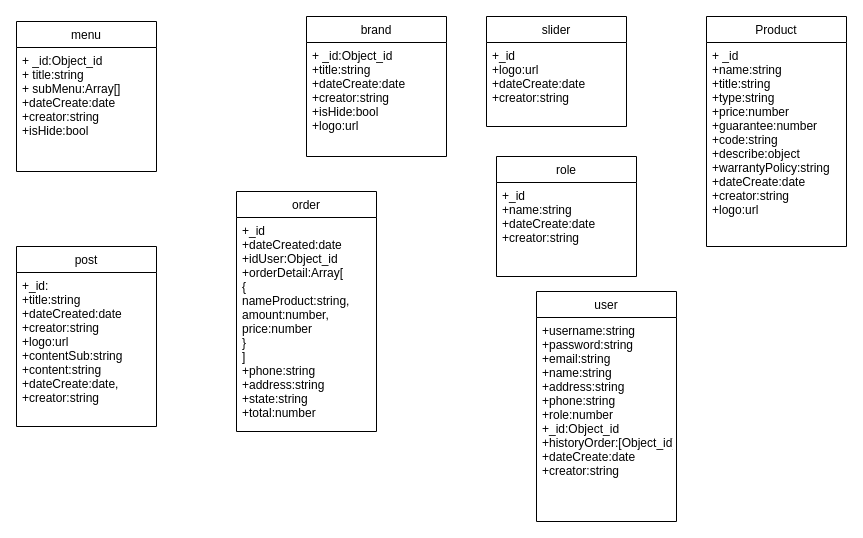
The draw.io diagram dongho.drawio in kanaza919/ChuDeNC_BackEnd, before the edit. Source tidied: cells renumbered, new cells numbered last; positions are measured from the earlier drawing's top-left corner, leaving out a move shared by most shapes. Both pictures are drawn from the tidied source at 100%, with x=0, y=0 at pixel (16, 16).
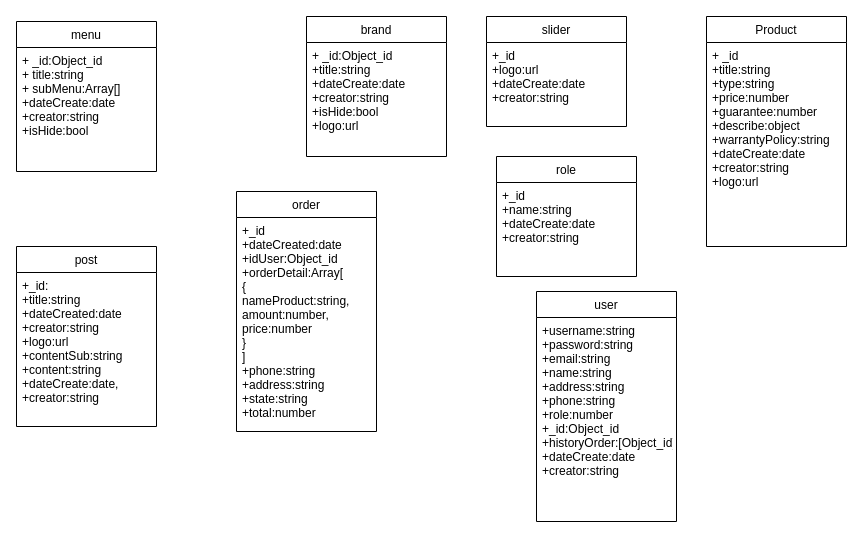
The same diagram, later.

The edit, as a diff of the source:
```diff
@@
 <mxGraphModel background="#ffffff">
   <root>
     <mxCell id="0" />
     <mxCell id="1" parent="0" />
     <mxCell id="2" value="menu" style="swimlane;fontStyle=0;horizontal=1;startSize=26;fillColor=none;" parent="1" vertex="1">
       <mxGeometry y="5" width="140" height="150" as="geometry" />
     </mxCell>
     <mxCell id="3" value="+ _id:Object_id&#10;+ title:string&#10;+ subMenu:Array[]&#10;+dateCreate:date&#10;+creator:string&#10;+isHide:bool" style="text;strokeColor=none;fillColor=none;align=left;verticalAlign=top;spacingLeft=4;spacingRight=4;overflow=hidden;" parent="2" vertex="1">
       <mxGeometry y="26" width="140" height="124" as="geometry" />
     </mxCell>
     <mxCell id="4" value="brand" style="swimlane;fontStyle=0;horizontal=1;startSize=26;fillColor=none;" parent="1" vertex="1">
       <mxGeometry x="290" width="140" height="140" as="geometry" />
     </mxCell>
     <mxCell id="5" value="+ _id:Object_id&#10;+title:string&#10;+dateCreate:date&#10;+creator:string&#10;+isHide:bool&#10;+logo:url" style="text;strokeColor=none;fillColor=none;align=left;verticalAlign=top;spacingLeft=4;spacingRight=4;overflow=hidden;" parent="4" vertex="1">
       <mxGeometry y="26" width="140" height="114" as="geometry" />
     </mxCell>
     <mxCell id="6" value="user" style="swimlane;fontStyle=0;horizontal=1;startSize=26;fillColor=none;" parent="1" vertex="1">
       <mxGeometry x="520" y="275" width="140" height="230" as="geometry" />
     </mxCell>
     <mxCell id="7" value="+username:string&#10;+password:string&#10;+email:string&#10;+name:string&#10;+address:string&#10;+phone:string&#10;+role:number&#10;+_id:Object_id&#10;+historyOrder:[Object_id]&#10;+dateCreate:date&#10;+creator:string" style="text;strokeColor=none;fillColor=none;align=left;verticalAlign=top;spacingLeft=4;spacingRight=4;overflow=hidden;" parent="6" vertex="1">
       <mxGeometry y="26" width="140" height="204" as="geometry" />
     </mxCell>
     <mxCell id="8" value="order" style="swimlane;fontStyle=0;horizontal=1;startSize=26;fillColor=none;" parent="1" vertex="1">
       <mxGeometry x="220" y="175" width="140" height="240" as="geometry" />
     </mxCell>
     <mxCell id="9" value="+_id&#10;+dateCreated:date&#10;+idUser:Object_id&#10;+orderDetail:Array[&#10;{&#10;nameProduct:string,&#10;amount:number,&#10;price:number&#10;}&#10;]&#10;+phone:string&#10;+address:string&#10;+state:string&#10;+total:number" style="text;strokeColor=none;fillColor=none;align=left;verticalAlign=top;spacingLeft=4;spacingRight=4;overflow=hidden;" parent="8" vertex="1">
       <mxGeometry y="26" width="140" height="214" as="geometry" />
     </mxCell>
     <mxCell id="10" value="Product" style="swimlane;fontStyle=0;horizontal=1;startSize=26;fillColor=none;" parent="1" vertex="1">
       <mxGeometry x="690" width="140" height="230" as="geometry" />
     </mxCell>
-    <mxCell id="11" value="+ _id&#10;+name:string&#10;+title:string&#10;+type:string&#10;+price:number&#10;+guarantee:number&#10;+code:string&#10;+describe:object&#10;+warrantyPolicy:string&#10;+dateCreate:date&#10;+creator:string&#10;+logo:url" style="text;strokeColor=none;fillColor=none;align=left;verticalAlign=top;spacingLeft=4;spacingRight=4;overflow=hidden;" parent="10" vertex="1">
+    <mxCell id="11" value="+ _id&#10;+title:string&#10;+type:string&#10;+price:number&#10;+guarantee:number&#10;+describe:object&#10;+warrantyPolicy:string&#10;+dateCreate:date&#10;+creator:string&#10;+logo:url" style="text;strokeColor=none;fillColor=none;align=left;verticalAlign=top;spacingLeft=4;spacingRight=4;overflow=hidden;" parent="10" vertex="1">
       <mxGeometry y="26" width="140" height="204" as="geometry" />
     </mxCell>
     <mxCell id="12" value="post" style="swimlane;fontStyle=0;horizontal=1;startSize=26;fillColor=none;" parent="1" vertex="1">
       <mxGeometry y="230" width="140" height="180" as="geometry" />
     </mxCell>
     <mxCell id="13" value="+_id:&#10;+title:string&#10;+dateCreated:date&#10;+creator:string&#10;+logo:url&#10;+contentSub:string&#10;+content:string&#10;+dateCreate:date,&#10;+creator:string" style="text;strokeColor=none;fillColor=none;align=left;verticalAlign=top;spacingLeft=4;spacingRight=4;overflow=hidden;" parent="12" vertex="1">
       <mxGeometry y="26" width="140" height="154" as="geometry" />
     </mxCell>
     <mxCell id="14" value="slider" style="swimlane;fontStyle=0;horizontal=1;startSize=26;fillColor=none;" parent="1" vertex="1">
       <mxGeometry x="470" width="140" height="110" as="geometry" />
     </mxCell>
     <mxCell id="15" value="+_id&#10;+logo:url&#10;+dateCreate:date&#10;+creator:string" style="text;strokeColor=none;fillColor=none;align=left;verticalAlign=top;spacingLeft=4;spacingRight=4;overflow=hidden;" parent="14" vertex="1">
       <mxGeometry y="26" width="140" height="84" as="geometry" />
     </mxCell>
     <mxCell id="16" value="role" style="swimlane;fontStyle=0;horizontal=1;startSize=26;fillColor=none;" parent="1" vertex="1">
       <mxGeometry x="480" y="140" width="140" height="120" as="geometry" />
     </mxCell>
     <mxCell id="17" value="+_id&#10;+name:string&#10;+dateCreate:date&#10;+creator:string" style="text;strokeColor=none;fillColor=none;align=left;verticalAlign=top;spacingLeft=4;spacingRight=4;overflow=hidden;" parent="16" vertex="1">
       <mxGeometry y="26" width="140" height="94" as="geometry" />
     </mxCell>
   </root>
 </mxGraphModel>
```
